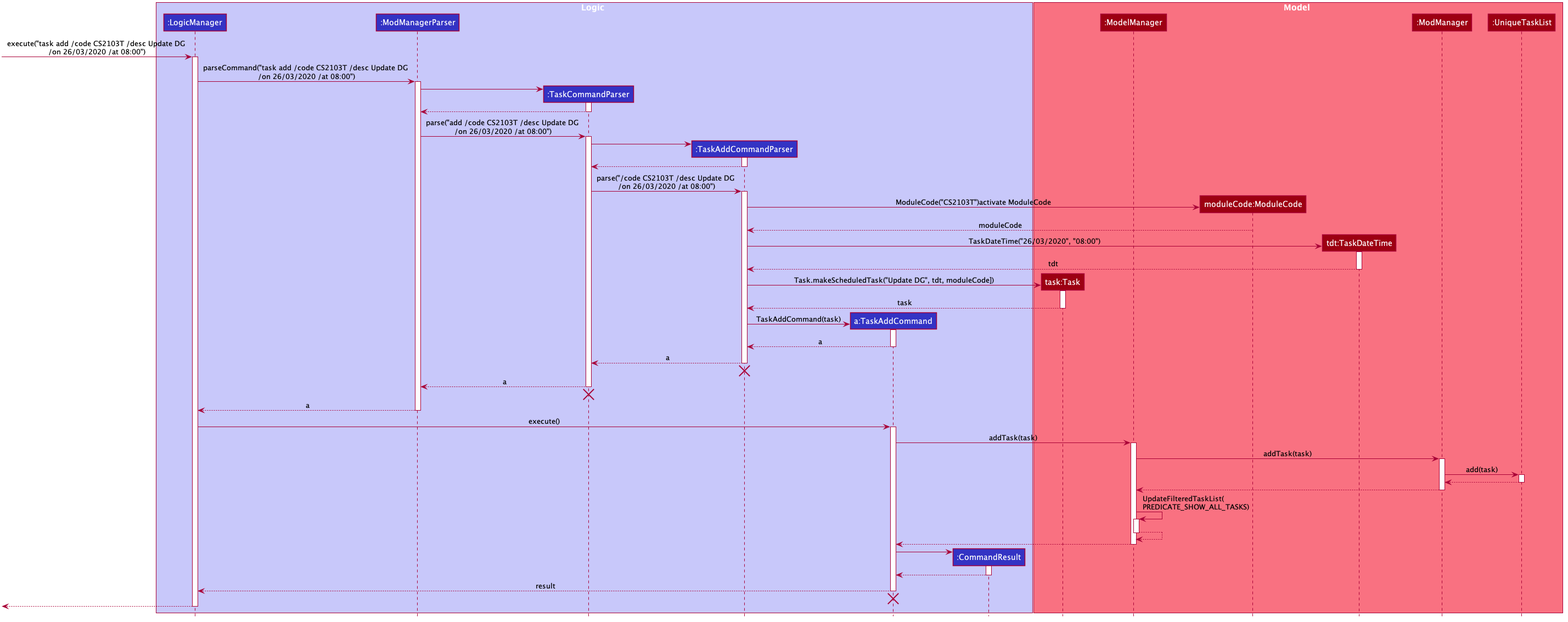
The PlantUML diagram docs/images/TaskAddSequenceDiagram.png in zixinn/main, before a commit.
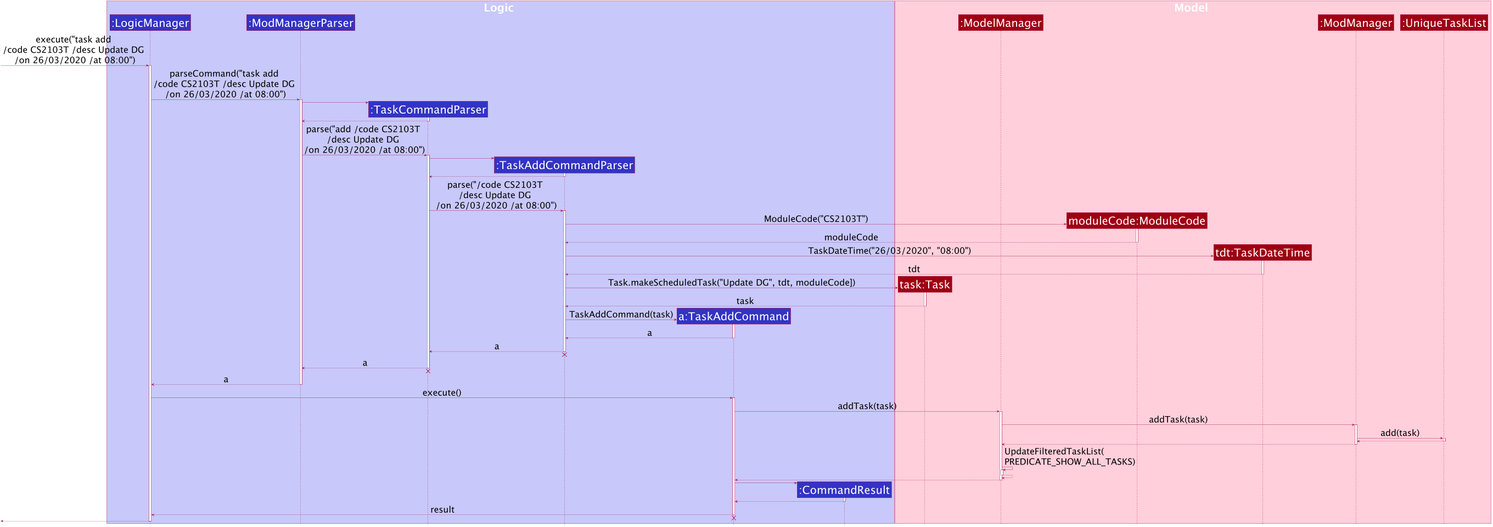
After the commit.

Change to the diagram source:
```diff
@@ -1,4 +1,5 @@
 @startuml
+
 
 
 
@@ -27,7 +28,7 @@
 
 skinparam Sequence {
     MessageAlign center
-    BoxFontSize 15
+    BoxFontSize 50
     BoxPadding 0
     BoxFontColor #FFFFFF
     FontName Arial
@@ -36,8 +37,10 @@
 skinparam Participant {
     FontColor #FFFFFFF
     Padding 20
+    FontSize 50
 }
 
+skinparam ArrowFontSize 40
 skinparam MinClassWidth 50
 skinparam ParticipantPadding 10
 skinparam Shadowing false
@@ -57,7 +60,7 @@
 participant ":CommandResult" as CommandResult #3333C4
 end box
 
-box Model #F97181
+box Model #FFCFDC
 participant "task:Task" as Task #9D0012
 participant ":ModelManager" as ModelManager #9D0012
 participant "moduleCode:ModuleCode" as ModuleCode #9D0012
@@ -66,10 +69,10 @@
 participant ":UniqueTaskList" as UniqueTaskList #9D0012
 end box
 
-[-> LogicManager : execute("task add /code CS2103T /desc Update DG \n/on 26/03/2020 /at 08:00")
+[-> LogicManager : execute("task add \n/code CS2103T /desc Update DG \n/on 26/03/2020 /at 08:00")
 activate LogicManager
 
-LogicManager -> ModManagerParser : parseCommand("task add /code CS2103T /desc Update DG \n/on 26/03/2020 /at 08:00")
+LogicManager -> ModManagerParser : parseCommand("task add \n/code CS2103T /desc Update DG \n/on 26/03/2020 /at 08:00")
 activate ModManagerParser
 
 create TaskCommandParser
@@ -79,7 +82,7 @@
 TaskCommandParser --> ModManagerParser
 deactivate TaskCommandParser
 
-ModManagerParser -> TaskCommandParser : parse("add /code CS2103T /desc Update DG \n/on 26/03/2020 /at 08:00")
+ModManagerParser -> TaskCommandParser : parse("add /code CS2103T \n/desc Update DG \n/on 26/03/2020 /at 08:00")
 activate TaskCommandParser
 
 create TaskAddCommandParser
@@ -89,11 +92,12 @@
 TaskAddCommandParser --> TaskCommandParser
 deactivate TaskAddCommandParser
 
-TaskCommandParser -> TaskAddCommandParser : parse("/code CS2103T /desc Update DG \n/on 26/03/2020 /at 08:00")
+TaskCommandParser -> TaskAddCommandParser : parse("/code CS2103T \n/desc Update DG \n/on 26/03/2020 /at 08:00")
 activate TaskAddCommandParser
 
 create ModuleCode
-TaskAddCommandParser -> ModuleCode : ModuleCode("CS2103T")activate ModuleCode
+TaskAddCommandParser -> ModuleCode : ModuleCode("CS2103T")
+activate ModuleCode
 
 ModuleCode --> TaskAddCommandParser : moduleCode
 deactivate ModuleCode
```
